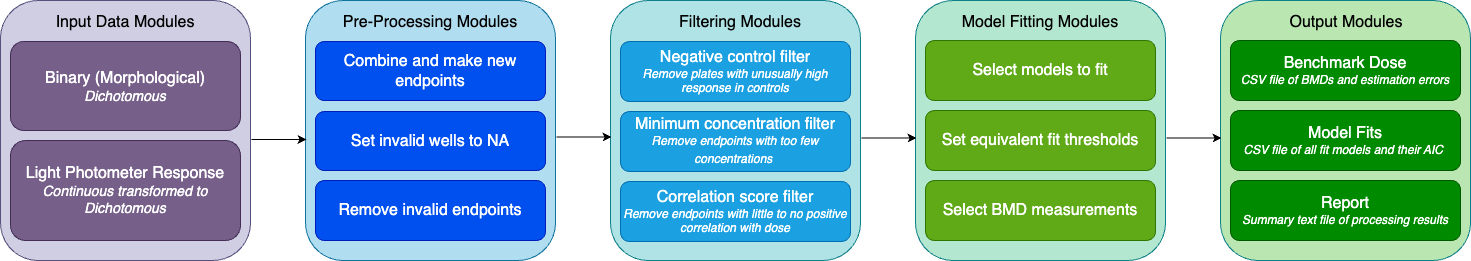
Earlier version of the draw.io export bmdrc.png (PNNL-CompBio/bmdrc). Source tidied: cells renumbered, new cells last; positions are measured from the earlier drawing's top-left corner, leaving out a move shared by most shapes.
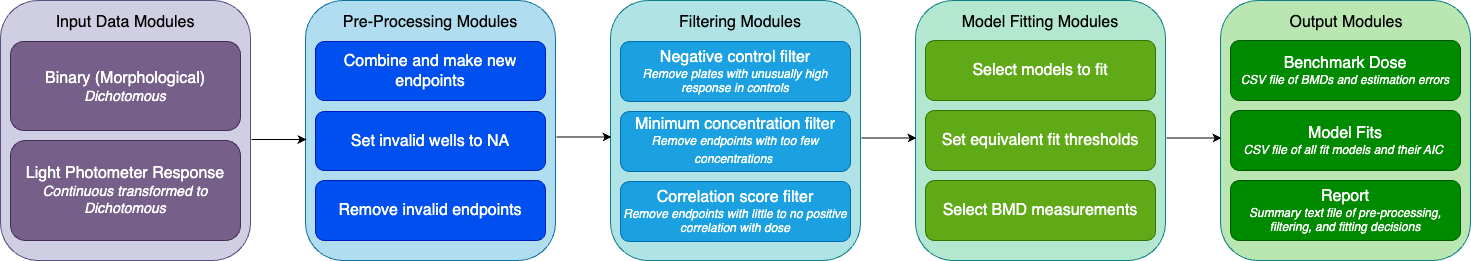
After the commit.

The edit, as a diff of the source:
```diff
@@ -26,7 +26,7 @@
     <mxCell id="9" value="&lt;font style=&quot;&quot;&gt;&lt;span style=&quot;font-size: 16px;&quot;&gt;Model Fits&lt;/span&gt;&lt;br&gt;&lt;i style=&quot;&quot;&gt;&lt;font style=&quot;font-size: 12px;&quot;&gt;&lt;font style=&quot;&quot;&gt;CSV file of all fit models and their AIC&lt;/font&gt;&lt;font style=&quot;&quot;&gt;&amp;nbsp;&lt;/font&gt;&lt;/font&gt;&lt;/i&gt;&lt;/font&gt;" style="rounded=1;whiteSpace=wrap;html=1;fontSize=12;glass=0;strokeWidth=1;shadow=0;fillColor=#008a00;fontColor=#ffffff;strokeColor=#005700;" parent="1" vertex="1">
       <mxGeometry x="1230" y="110" width="230" height="60" as="geometry" />
     </mxCell>
-    <mxCell id="10" value="&lt;font style=&quot;&quot;&gt;&lt;span style=&quot;font-size: 16px;&quot;&gt;Report&lt;/span&gt;&lt;br&gt;&lt;i&gt;Summary text file of processing results&lt;/i&gt;&lt;br&gt;&lt;/font&gt;" style="rounded=1;whiteSpace=wrap;html=1;fontSize=12;glass=0;strokeWidth=1;shadow=0;fillColor=#008a00;fontColor=#ffffff;strokeColor=#005700;" parent="1" vertex="1">
+    <mxCell id="10" value="&lt;font style=&quot;&quot;&gt;&lt;span style=&quot;font-size: 16px;&quot;&gt;Report&lt;/span&gt;&lt;br&gt;&lt;i&gt;Summary text file of pre-processing, filtering, and fitting decisions&lt;/i&gt;&lt;br&gt;&lt;/font&gt;" style="rounded=1;whiteSpace=wrap;html=1;fontSize=12;glass=0;strokeWidth=1;shadow=0;fillColor=#008a00;fontColor=#ffffff;strokeColor=#005700;" parent="1" vertex="1">
       <mxGeometry x="1230" y="180" width="230" height="60" as="geometry" />
     </mxCell>
     <mxCell id="11" style="rounded=1;whiteSpace=wrap;html=1;fillColor=#b1ddf0;strokeColor=#10739e;" parent="1" vertex="1">
```
